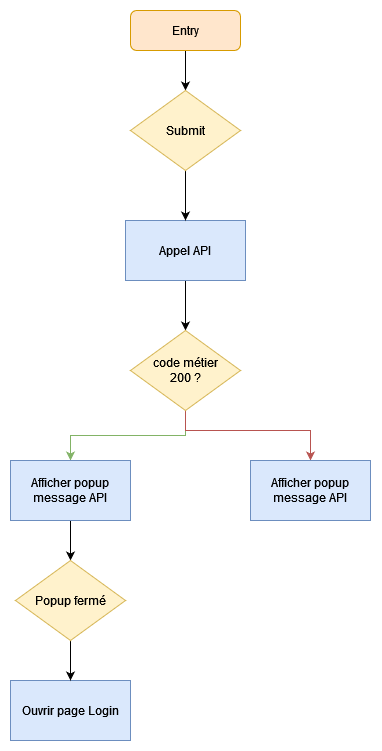
Before: docs/android/tp/compose/img/tp_diagram_signup.png, a diagram exported from draw.io (Chocolaterie/documentation). Source tidied: cells renumbered, new cells last; positions are measured from the earlier drawing's top-left corner, leaving out a move shared by most shapes.
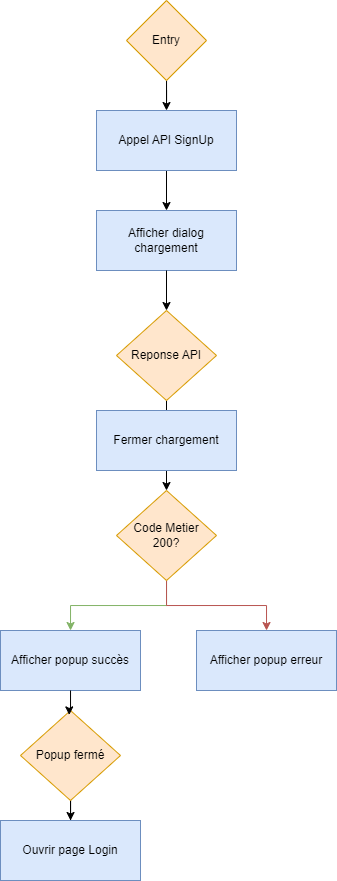
The same file after the commit.

The edit, as a diff of the source:
```diff
@@ -2,55 +2,59 @@
   <root>
     <mxCell id="0" />
     <mxCell id="1" parent="0" />
-    <mxCell id="2" style="edgeStyle=orthogonalEdgeStyle;rounded=0;jettySize=auto;html=1;" parent="1" edge="1" source="3" target="16">
-      <mxGeometry relative="1" as="geometry" />
-    </mxCell>
+    <mxCell id="17" style="edgeStyle=orthogonalEdgeStyle;rounded=0;jettySize=auto;html=1;fillColor=#d5e8d4;strokeColor=#82b366;" parent="1" edge="1" source="19" target="25">
+      <mxGeometry relative="1" as="geometry" />
+    </mxCell>
+    <mxCell id="18" style="edgeStyle=orthogonalEdgeStyle;rounded=0;jettySize=auto;html=1;fillColor=#f8cecc;strokeColor=#b85450;" parent="1" edge="1" source="19" target="30">
+      <mxGeometry relative="1" as="geometry" />
+    </mxCell>
+    <mxCell id="19" value="Code Metier&lt;div&gt;200?&lt;/div&gt;" style="rhombus;whiteSpace=wrap;html=1;fillColor=#ffe6cc;strokeColor=#d79b00;" parent="1" vertex="1">
+      <mxGeometry x="66" y="470" width="100" height="90" as="geometry" />
+    </mxCell>
+    <mxCell id="20" style="edgeStyle=orthogonalEdgeStyle;rounded=0;jettySize=auto;html=1;entryX=0.5;entryY=0;entryDx=0;entryDy=0;" parent="1" edge="1" source="21" target="24">
+      <mxGeometry relative="1" as="geometry" />
+    </mxCell>
+    <mxCell id="21" value="Appel API SignUp" style="rounded=0;whiteSpace=wrap;html=1;fillColor=#dae8fc;strokeColor=#6c8ebf;" parent="1" vertex="1">
+      <mxGeometry x="46" y="90" width="140" height="60" as="geometry" />
+    </mxCell>
+    <mxCell id="22" style="edgeStyle=orthogonalEdgeStyle;rounded=0;jettySize=auto;html=1;entryX=0.5;entryY=0;entryDx=0;entryDy=0;" parent="1" edge="1" source="3" target="21">
+      <mxGeometry relative="1" as="geometry" />
+    </mxCell>
-    <mxCell id="3" value="Entry" style="rounded=1;whiteSpace=wrap;html=1;fillColor=#ffe6cc;strokeColor=#d79b00;" parent="1" vertex="1">
-      <mxGeometry x="120" width="110" height="40" as="geometry" />
+    <mxCell id="3" value="Entry" style="rhombus;whiteSpace=wrap;html=1;fillColor=#ffe6cc;strokeColor=#d79b00;" parent="1" vertex="1">
+      <mxGeometry x="76" y="-20" width="80" height="80" as="geometry" />
     </mxCell>
-    <mxCell id="4" style="edgeStyle=orthogonalEdgeStyle;rounded=0;jettySize=auto;html=1;" parent="1" edge="1" source="5" target="8">
-      <mxGeometry relative="1" as="geometry" />
-    </mxCell>
-    <mxCell id="5" value="Appel API" style="rounded=0;whiteSpace=wrap;html=1;fillColor=#dae8fc;strokeColor=#6c8ebf;" parent="1" vertex="1">
-      <mxGeometry x="115" y="210" width="120" height="60" as="geometry" />
-    </mxCell>
-    <mxCell id="6" style="edgeStyle=orthogonalEdgeStyle;rounded=0;jettySize=auto;html=1;fillColor=#d5e8d4;strokeColor=#82b366;" parent="1" edge="1" source="8" target="10">
-      <mxGeometry relative="1" as="geometry" />
-    </mxCell>
-    <mxCell id="7" style="edgeStyle=orthogonalEdgeStyle;rounded=0;jettySize=auto;html=1;entryX=0.5;entryY=0;entryDx=0;entryDy=0;fillColor=#f8cecc;strokeColor=#b85450;" parent="1" edge="1" source="8" target="14">
-      <mxGeometry relative="1" as="geometry">
-        <Array as="points">
-          <mxPoint x="175" y="420" />
-          <mxPoint x="300" y="420" />
-        </Array>
-      </mxGeometry>
-    </mxCell>
-    <mxCell id="8" value="&lt;div&gt;code métier&lt;/div&gt;&lt;div&gt;200 ?&lt;/div&gt;" style="rhombus;whiteSpace=wrap;html=1;fillColor=#fff2cc;strokeColor=#d6b656;" parent="1" vertex="1">
-      <mxGeometry x="120" y="320" width="110" height="80" as="geometry" />
-    </mxCell>
-    <mxCell id="9" style="edgeStyle=orthogonalEdgeStyle;rounded=0;jettySize=auto;html=1;" parent="1" edge="1" source="10" target="13">
-      <mxGeometry relative="1" as="geometry" />
-    </mxCell>
-    <mxCell id="10" value="Afficher popup message API" style="rounded=0;whiteSpace=wrap;html=1;fillColor=#dae8fc;strokeColor=#6c8ebf;" parent="1" vertex="1">
-      <mxGeometry y="450" width="120" height="60" as="geometry" />
-    </mxCell>
-    <mxCell id="11" value="Ouvrir page Login" style="rounded=0;whiteSpace=wrap;html=1;fillColor=#dae8fc;strokeColor=#6c8ebf;" parent="1" vertex="1">
-      <mxGeometry y="670" width="120" height="60" as="geometry" />
-    </mxCell>
+    <mxCell id="23" style="edgeStyle=orthogonalEdgeStyle;rounded=0;jettySize=auto;html=1;entryX=0.5;entryY=0;entryDx=0;entryDy=0;" parent="1" edge="1" source="29" target="19">
+      <mxGeometry relative="1" as="geometry" />
+    </mxCell>
+    <mxCell id="24" value="Afficher dialog chargement" style="rounded=0;whiteSpace=wrap;html=1;fillColor=#dae8fc;strokeColor=#6c8ebf;" parent="1" vertex="1">
+      <mxGeometry x="46" y="190" width="140" height="60" as="geometry" />
+    </mxCell>
+    <mxCell id="25" value="Afficher popup succès" style="rounded=0;whiteSpace=wrap;html=1;fillColor=#dae8fc;strokeColor=#6c8ebf;" parent="1" vertex="1">
+      <mxGeometry x="-50" y="610" width="140" height="60" as="geometry" />
+    </mxCell>
     <mxCell id="12" style="edgeStyle=orthogonalEdgeStyle;rounded=0;jettySize=auto;html=1;" parent="1" edge="1" source="13" target="11">
       <mxGeometry relative="1" as="geometry" />
     </mxCell>
-    <mxCell id="13" value="Popup fermé" style="rhombus;whiteSpace=wrap;html=1;fillColor=#fff2cc;strokeColor=#d6b656;" parent="1" vertex="1">
-      <mxGeometry x="5" y="550" width="110" height="80" as="geometry" />
+    <mxCell id="13" value="Popup fermé" style="rhombus;whiteSpace=wrap;html=1;fillColor=#ffe6cc;strokeColor=#d79b00;" parent="1" vertex="1">
+      <mxGeometry x="-30" y="690" width="100" height="90" as="geometry" />
     </mxCell>
-    <mxCell id="14" value="Afficher popup message API" style="rounded=0;whiteSpace=wrap;html=1;fillColor=#dae8fc;strokeColor=#6c8ebf;" parent="1" vertex="1">
-      <mxGeometry x="240" y="450" width="120" height="60" as="geometry" />
-    </mxCell>
-    <mxCell id="15" style="edgeStyle=orthogonalEdgeStyle;rounded=0;jettySize=auto;html=1;" parent="1" edge="1" source="16" target="5">
-      <mxGeometry relative="1" as="geometry" />
-    </mxCell>
-    <mxCell id="16" value="Submit" style="rhombus;whiteSpace=wrap;html=1;fillColor=#fff2cc;strokeColor=#d6b656;" parent="1" vertex="1">
-      <mxGeometry x="120" y="80" width="110" height="80" as="geometry" />
-    </mxCell>
+    <mxCell id="11" value="Ouvrir page Login" style="rounded=0;whiteSpace=wrap;html=1;fillColor=#dae8fc;strokeColor=#6c8ebf;" parent="1" vertex="1">
+      <mxGeometry x="-50" y="800" width="140" height="60" as="geometry" />
+    </mxCell>
+    <mxCell id="26" style="edgeStyle=orthogonalEdgeStyle;rounded=0;jettySize=auto;html=1;entryX=0.487;entryY=0.049;entryDx=0;entryDy=0;entryPerimeter=0;" parent="1" edge="1" source="25" target="13">
+      <mxGeometry relative="1" as="geometry" />
+    </mxCell>
+    <mxCell id="27" value="Fermer chargement" style="rounded=0;whiteSpace=wrap;html=1;fillColor=#dae8fc;strokeColor=#6c8ebf;" parent="1" vertex="1">
+      <mxGeometry x="46" y="390" width="140" height="60" as="geometry" />
+    </mxCell>
+    <mxCell id="28" style="edgeStyle=orthogonalEdgeStyle;rounded=0;jettySize=auto;html=1;entryX=0.5;entryY=0;entryDx=0;entryDy=0;" parent="1" edge="1" source="24" target="29">
+      <mxGeometry relative="1" as="geometry" />
+    </mxCell>
+    <mxCell id="29" value="Reponse API" style="rhombus;whiteSpace=wrap;html=1;fillColor=#ffe6cc;strokeColor=#d79b00;" parent="1" vertex="1">
+      <mxGeometry x="66" y="290" width="100" height="90" as="geometry" />
+    </mxCell>
+    <mxCell id="30" value="Afficher popup erreur" style="rounded=0;whiteSpace=wrap;html=1;fillColor=#dae8fc;strokeColor=#6c8ebf;" parent="1" vertex="1">
+      <mxGeometry x="146" y="610" width="140" height="60" as="geometry" />
+    </mxCell>
   </root>
 </mxGraphModel>
```
